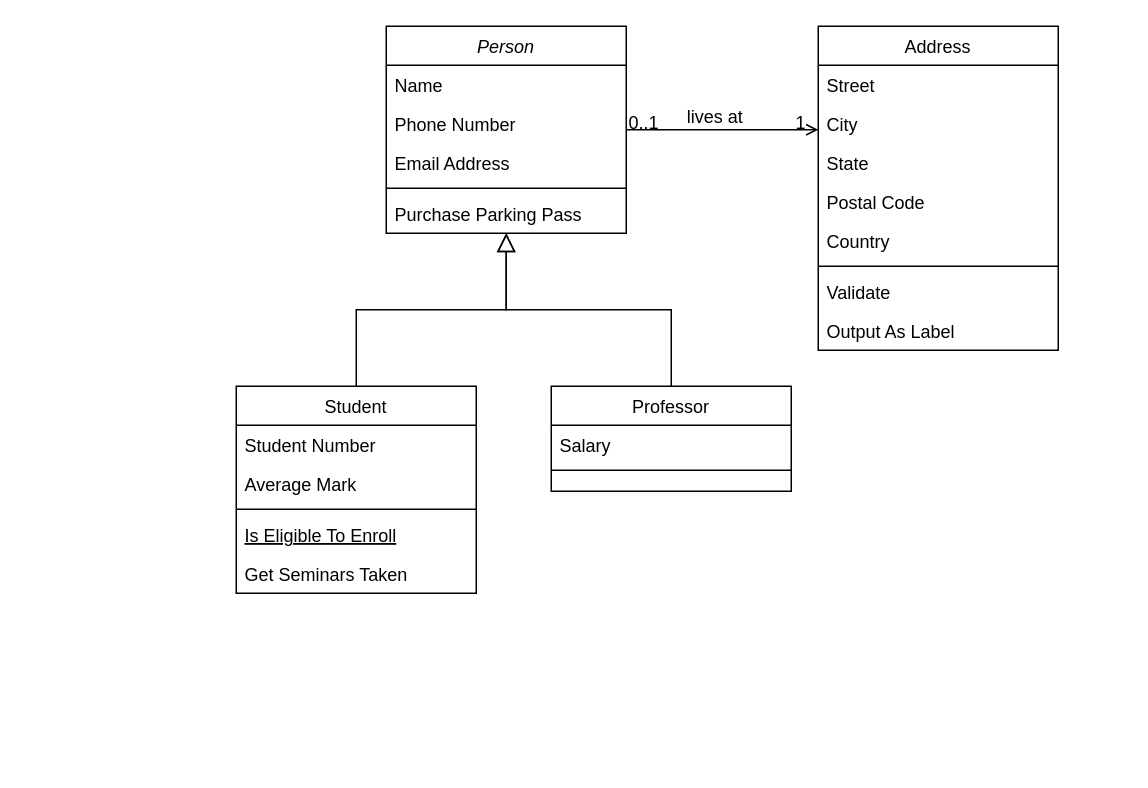
The draw.io diagram assignment2_class_diagram.drawio in benspz/himolde_spring25, before the edit. Source tidied: cells renumbered, new cells numbered last; positions are measured from the earlier drawing's top-left corner, leaving out a move shared by most shapes. Both pictures are drawn from the tidied source at 150%, with x=0, y=0 at pixel (236, 26).
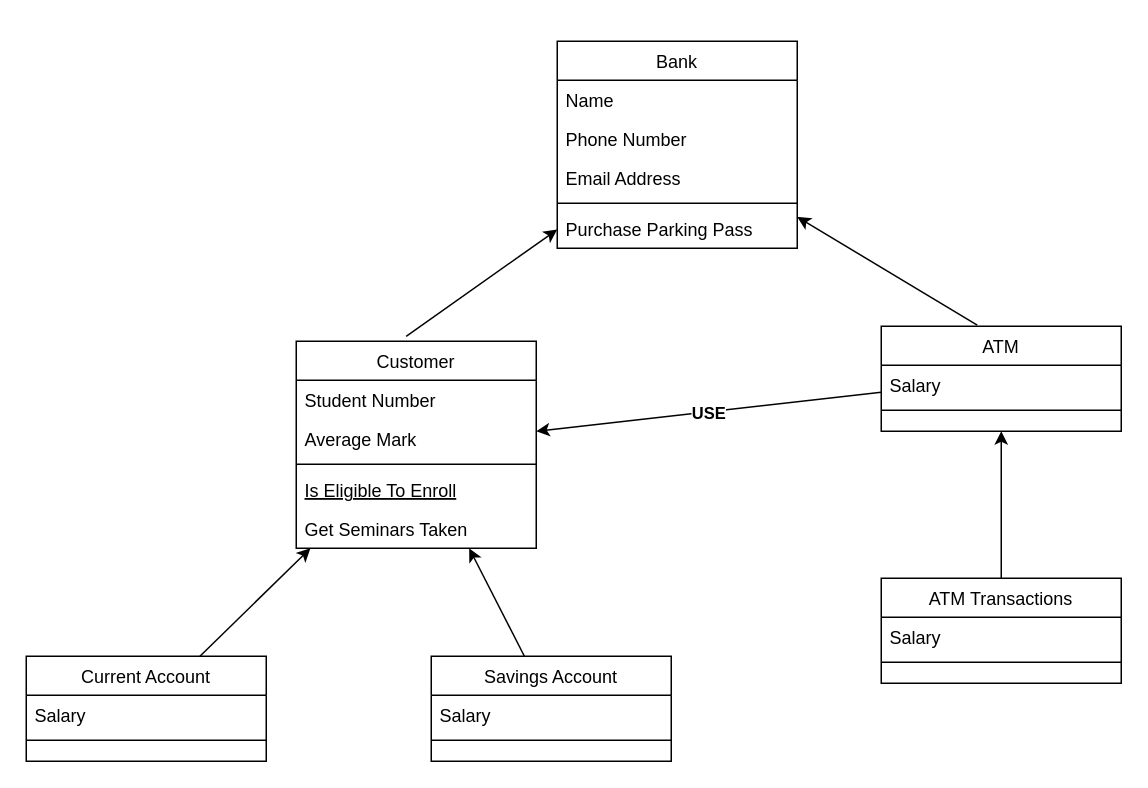
The same diagram, later.

The edit, as a diff of the source:
```diff
@@
-    <mxCell id="2" value="Person" style="swimlane;fontStyle=2;align=center;verticalAlign=top;horizontal=1;startSize=26;rounded=0;shadow=0;strokeWidth=1;" parent="1" vertex="1">
-      <mxGeometry x="100" width="160" height="138" as="geometry" />
+    <mxCell id="2" value="Bank" style="swimlane;fontStyle=0;align=center;verticalAlign=top;horizontal=1;startSize=26;rounded=0;shadow=0;strokeWidth=1;" parent="1" vertex="1">
+      <mxGeometry x="214" y="10" width="160" height="138" as="geometry" />
     </mxCell>
@@
-    <mxCell id="8" value="Student" style="swimlane;fontStyle=0;align=center;verticalAlign=top;horizontal=1;startSize=26;rounded=0;shadow=0;strokeWidth=1;" parent="1" vertex="1">
-      <mxGeometry y="240" width="160" height="138" as="geometry" />
+    <mxCell id="8" value="Customer" style="swimlane;fontStyle=0;align=center;verticalAlign=top;horizontal=1;startSize=26;rounded=0;shadow=0;strokeWidth=1;" parent="1" vertex="1">
+      <mxGeometry x="40" y="210" width="160" height="138" as="geometry" />
     </mxCell>
@@
-    <mxCell id="14" style="endArrow=block;endSize=10;endFill=0;shadow=0;strokeWidth=1;rounded=0;curved=0;edgeStyle=elbowEdgeStyle;elbow=vertical;" parent="1" edge="1" source="8" target="2">
-      <mxGeometry relative="1" as="geometry" />
-    </mxCell>
-    <mxCell id="15" value="Professor" style="swimlane;fontStyle=0;align=center;verticalAlign=top;horizontal=1;startSize=26;rounded=0;shadow=0;strokeWidth=1;" parent="1" vertex="1">
-      <mxGeometry x="210" y="240" width="160" height="70" as="geometry" />
+    <mxCell id="15" value="ATM" style="swimlane;fontStyle=0;align=center;verticalAlign=top;horizontal=1;startSize=26;rounded=0;shadow=0;strokeWidth=1;" parent="1" vertex="1">
+      <mxGeometry x="430" y="200" width="160" height="70" as="geometry" />
     </mxCell>
@@
+    <mxCell id="14" style="endArrow=classic;html=1;rounded=0;exitX=0.458;exitY=-0.024;exitDx=0;exitDy=0;exitPerimeter=0;" parent="1" edge="1" source="8" target="2">
+      <mxGeometry relative="1" as="geometry" />
+    </mxCell>
-    <mxCell id="18" style="endArrow=block;endSize=10;endFill=0;shadow=0;strokeWidth=1;rounded=0;curved=0;edgeStyle=elbowEdgeStyle;elbow=vertical;" parent="1" edge="1" source="15" target="2">
+    <mxCell id="18" style="endArrow=classic;html=1;rounded=0;exitX=0.4;exitY=-0.01;exitDx=0;exitDy=0;exitPerimeter=0;" parent="1" edge="1" source="15" target="2">
       <mxGeometry relative="1" as="geometry" />
     </mxCell>
-    <mxCell id="19" value="Address" style="swimlane;fontStyle=0;align=center;verticalAlign=top;horizontal=1;startSize=26;rounded=0;shadow=0;strokeWidth=1;" parent="1" vertex="1">
-      <mxGeometry x="388" width="160" height="216" as="geometry" />
-    </mxCell>
-    <mxCell id="20" value="Street" style="text;align=left;verticalAlign=top;spacingLeft=4;spacingRight=4;overflow=hidden;" parent="19" vertex="1">
-      <mxGeometry y="26" width="160" height="26" as="geometry" />
-    </mxCell>
-    <mxCell id="21" value="City" style="text;align=left;verticalAlign=top;spacingLeft=4;spacingRight=4;overflow=hidden;rounded=0;shadow=0;html=0;" parent="19" vertex="1">
-      <mxGeometry y="52" width="160" height="26" as="geometry" />
-    </mxCell>
-    <mxCell id="22" value="State" style="text;align=left;verticalAlign=top;spacingLeft=4;spacingRight=4;overflow=hidden;rounded=0;shadow=0;html=0;" parent="19" vertex="1">
-      <mxGeometry y="78" width="160" height="26" as="geometry" />
-    </mxCell>
-    <mxCell id="23" value="Postal Code" style="text;align=left;verticalAlign=top;spacingLeft=4;spacingRight=4;overflow=hidden;rounded=0;shadow=0;html=0;" parent="19" vertex="1">
-      <mxGeometry y="104" width="160" height="26" as="geometry" />
-    </mxCell>
-    <mxCell id="24" value="Country" style="text;align=left;verticalAlign=top;spacingLeft=4;spacingRight=4;overflow=hidden;rounded=0;shadow=0;html=0;" parent="19" vertex="1">
-      <mxGeometry y="130" width="160" height="26" as="geometry" />
-    </mxCell>
-    <mxCell id="25" style="line;html=1;strokeWidth=1;align=left;verticalAlign=middle;spacingTop=-1;spacingLeft=3;spacingRight=3;labelPosition=right;" parent="19" vertex="1">
-      <mxGeometry y="156" width="160" height="8" as="geometry" />
-    </mxCell>
-    <mxCell id="26" value="Validate" style="text;align=left;verticalAlign=top;spacingLeft=4;spacingRight=4;overflow=hidden;" parent="19" vertex="1">
-      <mxGeometry y="164" width="160" height="26" as="geometry" />
-    </mxCell>
-    <mxCell id="27" value="Output As Label" style="text;align=left;verticalAlign=top;spacingLeft=4;spacingRight=4;overflow=hidden;" parent="19" vertex="1">
-      <mxGeometry y="190" width="160" height="26" as="geometry" />
-    </mxCell>
-    <mxCell id="28" style="endArrow=open;shadow=0;strokeWidth=1;rounded=0;curved=0;endFill=1;edgeStyle=elbowEdgeStyle;elbow=vertical;" parent="1" edge="1" source="2" target="19">
-      <mxGeometry x="0.5" y="41" relative="1" as="geometry">
-        <mxPoint x="-40" y="32" as="offset" />
-      </mxGeometry>
-    </mxCell>
-    <mxCell id="29" value="0..1" style="align=left;verticalAlign=bottom;labelBackgroundColor=none;fontSize=12;" parent="28" vertex="1">
-      <mxGeometry x="-1" relative="1" as="geometry">
-        <mxPoint y="4" as="offset" />
-      </mxGeometry>
-    </mxCell>
-    <mxCell id="30" value="1" style="align=right;verticalAlign=bottom;labelBackgroundColor=none;fontSize=12;" parent="28" vertex="1">
-      <mxGeometry x="1" relative="1" as="geometry">
-        <mxPoint x="-7" y="4" as="offset" />
-      </mxGeometry>
-    </mxCell>
-    <mxCell id="31" value="lives at" style="text;html=1;align=center;verticalAlign=middle;labelBackgroundColor=none;rounded=0;shadow=0;strokeWidth=1;fontSize=12;" parent="28" vertex="1">
-      <mxGeometry x="0.5" y="49" relative="1" as="geometry">
-        <mxPoint x="-38" y="40" as="offset" />
-      </mxGeometry>
-    </mxCell>
+    <mxCell id="32" value="ATM Transactions&#10;" style="swimlane;fontStyle=0;align=center;verticalAlign=top;horizontal=1;startSize=26;rounded=0;shadow=0;strokeWidth=1;" parent="1" vertex="1">
+      <mxGeometry x="430" y="368" width="160" height="70" as="geometry" />
+    </mxCell>
+    <mxCell id="33" value="Salary" style="text;align=left;verticalAlign=top;spacingLeft=4;spacingRight=4;overflow=hidden;" parent="32" vertex="1">
+      <mxGeometry y="26" width="160" height="26" as="geometry" />
+    </mxCell>
+    <mxCell id="34" style="line;html=1;strokeWidth=1;align=left;verticalAlign=middle;spacingTop=-1;spacingLeft=3;spacingRight=3;labelPosition=right;" parent="32" vertex="1">
+      <mxGeometry y="52" width="160" height="8" as="geometry" />
+    </mxCell>
+    <mxCell id="35" style="endArrow=classic;html=1;rounded=0;" parent="1" edge="1" source="32" target="15">
+      <mxGeometry relative="1" as="geometry" />
+    </mxCell>
+    <mxCell id="36" value="Current Account&#10;" style="swimlane;fontStyle=0;align=center;verticalAlign=top;horizontal=1;startSize=26;rounded=0;shadow=0;strokeWidth=1;" parent="1" vertex="1">
+      <mxGeometry x="-140" y="420" width="160" height="70" as="geometry" />
+    </mxCell>
+    <mxCell id="37" value="Salary" style="text;align=left;verticalAlign=top;spacingLeft=4;spacingRight=4;overflow=hidden;" parent="36" vertex="1">
+      <mxGeometry y="26" width="160" height="26" as="geometry" />
+    </mxCell>
+    <mxCell id="38" style="line;html=1;strokeWidth=1;align=left;verticalAlign=middle;spacingTop=-1;spacingLeft=3;spacingRight=3;labelPosition=right;" parent="36" vertex="1">
+      <mxGeometry y="52" width="160" height="8" as="geometry" />
+    </mxCell>
+    <mxCell id="39" value="Savings Account&#10;" style="swimlane;fontStyle=0;align=center;verticalAlign=top;horizontal=1;startSize=26;rounded=0;shadow=0;strokeWidth=1;" parent="1" vertex="1">
+      <mxGeometry x="130" y="420" width="160" height="70" as="geometry" />
+    </mxCell>
+    <mxCell id="40" value="Salary" style="text;align=left;verticalAlign=top;spacingLeft=4;spacingRight=4;overflow=hidden;" parent="39" vertex="1">
+      <mxGeometry y="26" width="160" height="26" as="geometry" />
+    </mxCell>
+    <mxCell id="41" style="line;html=1;strokeWidth=1;align=left;verticalAlign=middle;spacingTop=-1;spacingLeft=3;spacingRight=3;labelPosition=right;" parent="39" vertex="1">
+      <mxGeometry y="52" width="160" height="8" as="geometry" />
+    </mxCell>
+    <mxCell id="42" style="endArrow=classic;html=1;rounded=0;" parent="1" edge="1" source="36" target="8">
+      <mxGeometry relative="1" as="geometry" />
+    </mxCell>
+    <mxCell id="43" style="endArrow=classic;html=1;rounded=0;" parent="1" edge="1" source="39" target="8">
+      <mxGeometry relative="1" as="geometry" />
+    </mxCell>
+    <mxCell id="44" style="endArrow=classic;html=1;rounded=0;" parent="1" edge="1" source="15" target="8">
+      <mxGeometry relative="1" as="geometry" />
+    </mxCell>
+    <mxCell id="45" value="&lt;b&gt;USE&lt;/b&gt;" style="edgeLabel;html=1;align=center;verticalAlign=middle;" parent="44" vertex="1">
+      <mxGeometry relative="1" as="geometry" />
+    </mxCell>
```
